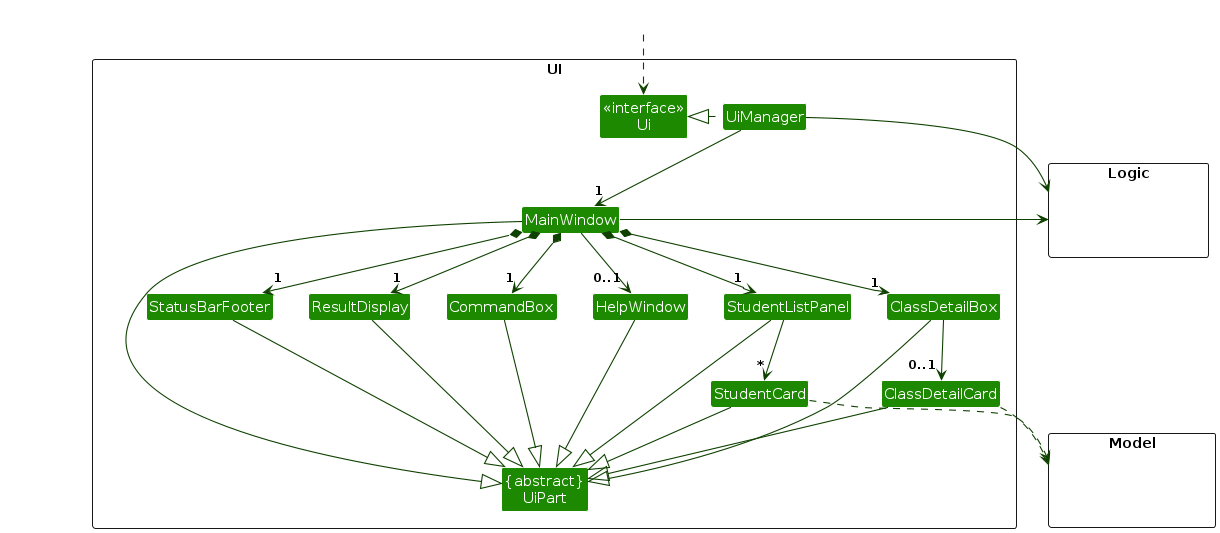
This is diagrams/UiClassDiagram.png from AY2324S1-CS2103T-T11-1/tp, a PlantUML export, as it was before one commit. Its source is kept beside it as diagrams/UiClassDiagram.puml.
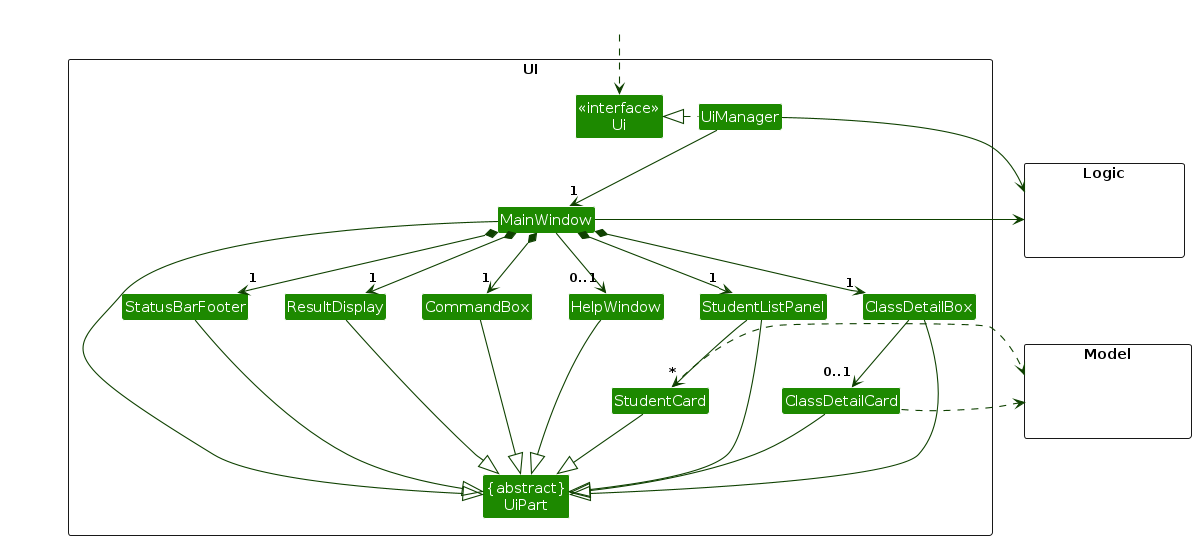
After the change.

What changed in the source:
```diff
@@ -53,8 +53,8 @@
 ClassDetailCard --|> UiPart
 ClassDetailBox --|> UiPart
 
-StudentCard ..> Model
-ClassDetailCard ..> Model
+StudentCard .right.> Model
+ClassDetailCard .right.> Model
 UiManager -right-> Logic
 MainWindow -left-> Logic
 
```
